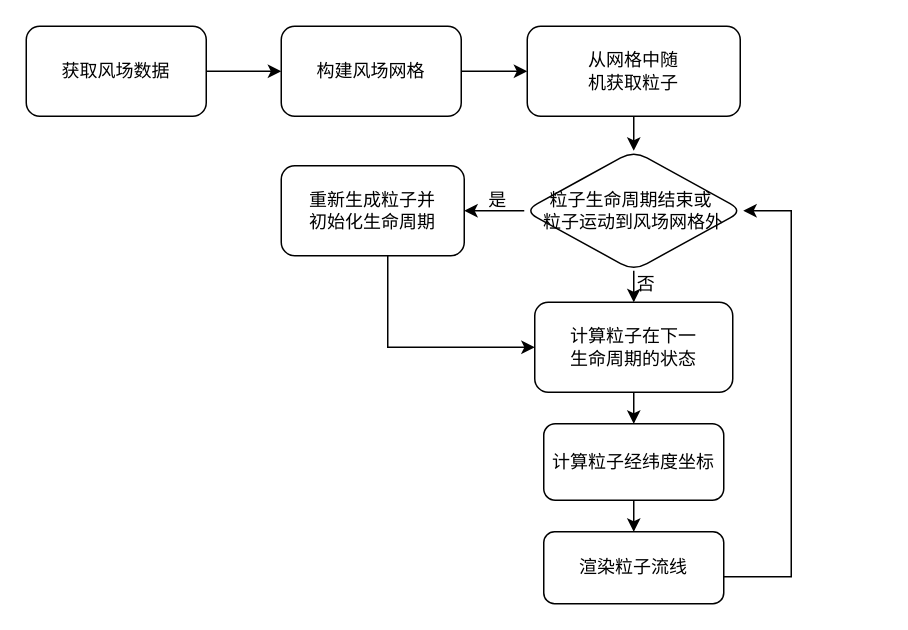
xiangsanliu/drawio keeps this draw.io diagram as particle-draw.drawio. Above is the earlier version. Source tidied: cells renumbered, new cells numbered last; positions are measured from the earlier drawing's top-left corner, leaving out a move shared by most shapes. Both pictures are drawn from the tidied source at 150%, with x=0, y=0 at pixel (26, 26).
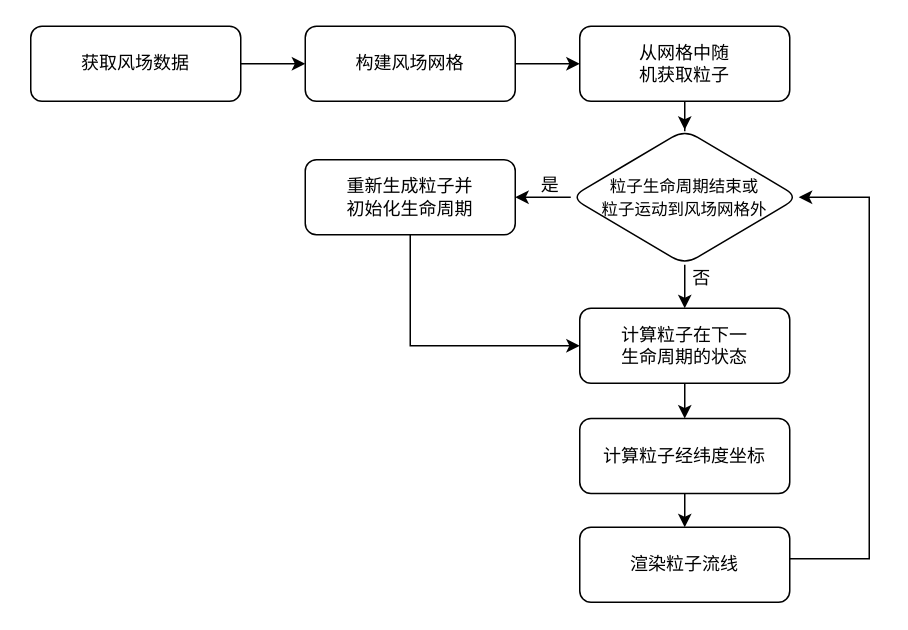
After the change.

Change to the diagram source:
```diff
@@
     <mxCell id="3" value="获取风场数据" style="rounded=1;whiteSpace=wrap;html=1;" parent="1" vertex="1">
-      <mxGeometry width="120" height="60" as="geometry" />
+      <mxGeometry x="3" width="140" height="50" as="geometry" />
     </mxCell>
@@
     <mxCell id="5" value="构建风场网格" style="whiteSpace=wrap;html=1;rounded=1;" parent="1" vertex="1">
-      <mxGeometry x="170" width="120" height="60" as="geometry" />
+      <mxGeometry x="186" width="140" height="50" as="geometry" />
     </mxCell>
@@
     <mxCell id="7" value="从网格中随&lt;br&gt;机获取粒子" style="whiteSpace=wrap;html=1;rounded=1;" parent="1" vertex="1">
-      <mxGeometry x="334" width="142" height="60" as="geometry" />
+      <mxGeometry x="369" width="140" height="50" as="geometry" />
     </mxCell>
@@
     <mxCell id="9" value="计算粒子在下一&lt;br&gt;生命周期的状态" style="whiteSpace=wrap;html=1;rounded=1;" parent="1" vertex="1">
-      <mxGeometry x="339" y="184" width="132" height="60" as="geometry" />
+      <mxGeometry x="369" y="188" width="140" height="50" as="geometry" />
     </mxCell>
@@
     <mxCell id="11" value="&lt;div&gt;计算粒子经纬度坐标&lt;/div&gt;" style="whiteSpace=wrap;html=1;rounded=1;" parent="1" vertex="1">
-      <mxGeometry x="345" y="265" width="120" height="51" as="geometry" />
+      <mxGeometry x="369" y="261.5" width="140" height="50" as="geometry" />
     </mxCell>
     <mxCell id="12" style="edgeStyle=orthogonalEdgeStyle;rounded=0;jettySize=auto;html=1;entryX=1;entryY=0.5;entryDx=0;entryDy=0;" parent="1" edge="1" source="13" target="16">
       <mxGeometry relative="1" as="geometry">
         <Array as="points">
-          <mxPoint x="510" y="367" />
-          <mxPoint x="510" y="123" />
+          <mxPoint x="562" y="355" />
+          <mxPoint x="562" y="114" />
         </Array>
       </mxGeometry>
     </mxCell>
     <mxCell id="13" value="渲染粒子流线" style="whiteSpace=wrap;html=1;rounded=1;" parent="1" vertex="1">
-      <mxGeometry x="345" y="337" width="120" height="48" as="geometry" />
+      <mxGeometry x="369" y="334" width="140" height="50" as="geometry" />
     </mxCell>
@@
-    <mxCell id="16" value="粒子生命周期结束或&amp;nbsp;&lt;br&gt;&lt;div&gt;粒子运动到风场网格外&lt;/div&gt;" style="rhombus;whiteSpace=wrap;html=1;rounded=1;" parent="1" vertex="1">
-      <mxGeometry x="332" y="83" width="146" height="80" as="geometry" />
+    <mxCell id="16" value="&lt;p style=&quot;line-height: 100%&quot;&gt;&lt;/p&gt;&lt;div&gt;&lt;span style=&quot;font-size: 11px&quot;&gt;粒子生命周期结束或&lt;/span&gt;&lt;/div&gt;&lt;font&gt;&lt;div&gt;&lt;span style=&quot;font-size: 11px&quot;&gt;粒子运动到风场网格外&lt;/span&gt;&lt;/div&gt;&lt;/font&gt;&lt;p&gt;&lt;/p&gt;" style="rhombus;whiteSpace=wrap;html=1;rounded=1;align=center;" parent="1" vertex="1">
+      <mxGeometry x="363" y="69" width="152" height="90" as="geometry" />
     </mxCell>
     <mxCell id="17" style="edgeStyle=orthogonalEdgeStyle;rounded=0;jettySize=auto;html=1;entryX=0;entryY=0.5;entryDx=0;entryDy=0;" parent="1" edge="1" source="18" target="9">
       <mxGeometry relative="1" as="geometry">
         <Array as="points">
-          <mxPoint x="241" y="214" />
+          <mxPoint x="256" y="213" />
         </Array>
       </mxGeometry>
     </mxCell>
     <mxCell id="18" value="重新生成粒子并&lt;br&gt;初始化生命周期" style="whiteSpace=wrap;html=1;rounded=1;" parent="1" vertex="1">
-      <mxGeometry x="170" y="93" width="122" height="60" as="geometry" />
+      <mxGeometry x="186" y="89" width="140" height="50" as="geometry" />
     </mxCell>
     <mxCell id="19" value="否" style="text;html=1;align=center;verticalAlign=middle;" parent="1" vertex="1">
-      <mxGeometry x="402" y="163" width="22" height="18" as="geometry" />
+      <mxGeometry x="439" y="159" width="22" height="18" as="geometry" />
     </mxCell>
     <mxCell id="20" value="是" style="text;html=1;align=center;verticalAlign=middle;" parent="1" vertex="1">
-      <mxGeometry x="303" y="107" width="22" height="18" as="geometry" />
+      <mxGeometry x="338" y="97" width="22" height="18" as="geometry" />
     </mxCell>
```
